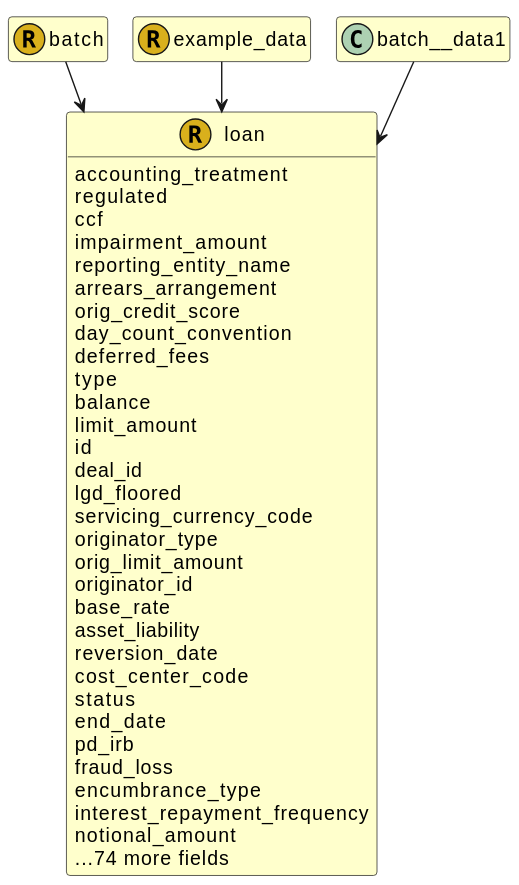
Schemarise/demo-alfa-with-fire-json-model keeps this PlantUML diagram as images/fire.model.loan.svg. Above is the earlier version.
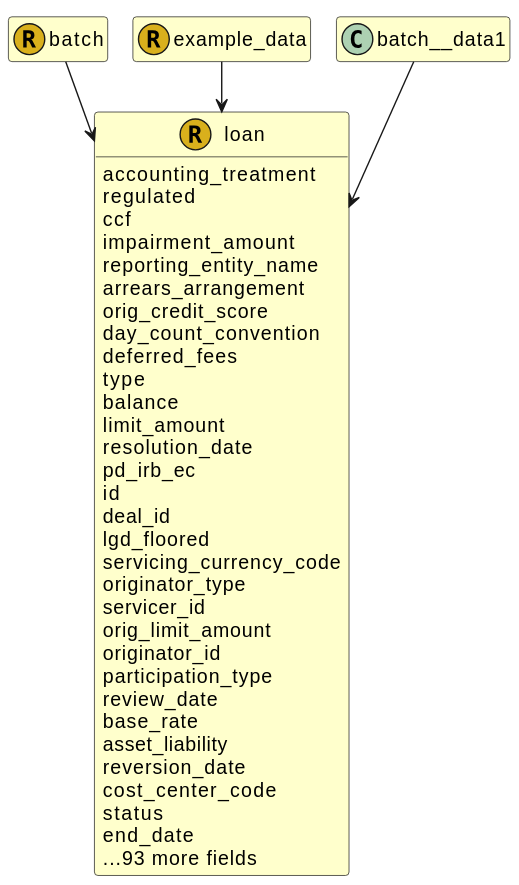
Later version of the same file.

What changed in the source:
```diff
@@ -24,25 +24,25 @@
   type
   balance
   limit_amount
+  resolution_date
+  pd_irb_ec
   id
   deal_id
   lgd_floored
   servicing_currency_code
   originator_type
+  servicer_id
   orig_limit_amount
   originator_id
+  participation_type
+  review_date
   base_rate
   asset_liability
   reversion_date
   cost_center_code
   status
   end_date
-  pd_irb
-  fraud_loss
-  encumbrance_type
-  interest_repayment_frequency
-  notional_amount
-  ...74 more fields
+  ...93 more fields
 
 
 
```
